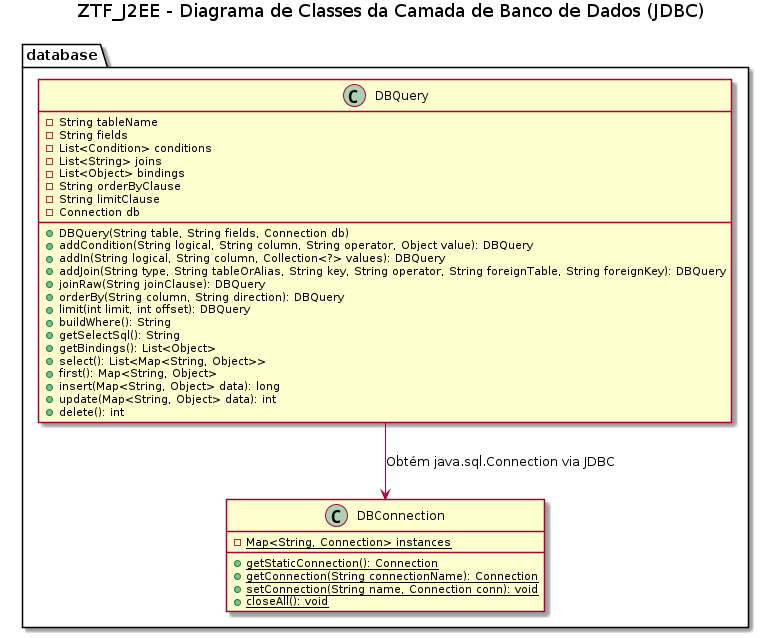
roobertoAlves/hospital-case-backend keeps this PlantUML diagram as src/main/webapp/assets/images/diagrams/DBQuery.png. Above is the earlier version. Its source is kept beside it as src/main/webapp/WEB-INF/documentation/DBQuery.puml. Its diagram source:
```plantuml
@startuml DBQuery
title ZTF_J2EE - Diagrama de Classes da Camada de Banco de Dados (JDBC)

package "database" {
    class DBConnection {
        - {static} Map<String, Connection> instances
        + {static} getStaticConnection(): Connection
        + {static} getConnection(String connectionName): Connection
        + {static} setConnection(String name, Connection conn): void
        + {static} closeAll(): void
    }

    class DBQuery {
        - String tableName
        - String fields
        - List<Condition> conditions
        - List<String> joins
        - List<Object> bindings
        - String orderByClause
        - String limitClause
        - Connection db
        + DBQuery(String table, String fields, Connection db)
        + addCondition(String logical, String column, String operator, Object value): DBQuery
        + addIn(String logical, String column, Collection<?> values): DBQuery
        + addJoin(String type, String tableOrAlias, String key, String operator, String foreignTable, String foreignKey): DBQuery
        + joinRaw(String joinClause): DBQuery
        + orderBy(String column, String direction): DBQuery
        + limit(int limit, int offset): DBQuery
        + buildWhere(): String
        + getSelectSql(): String
        + getBindings(): List<Object>
        + select(): List<Map<String, Object>>
        + first(): Map<String, Object>
        + insert(Map<String, Object> data): long
        + update(Map<String, Object> data): int
        + delete(): int
    }
}

DBQuery --> DBConnection : Obtém java.sql.Connection via JDBC
@enduml
```
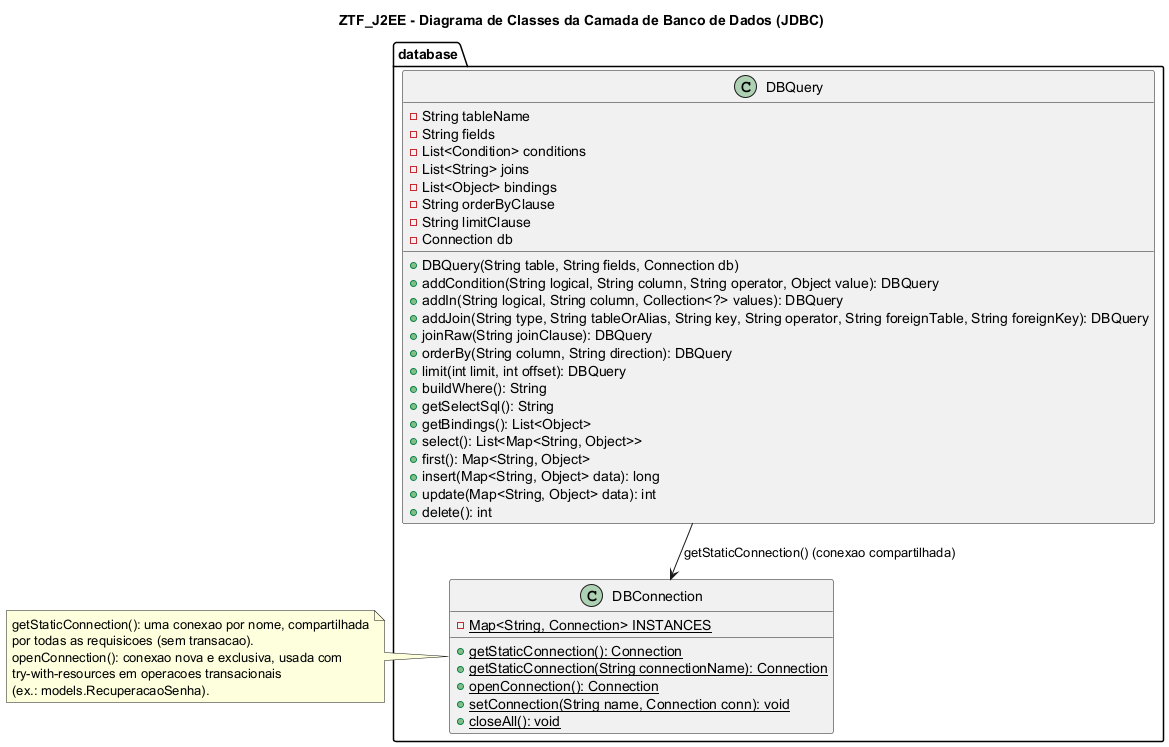
Above is the later version.

What changed in the source:
```diff
@@ -3,9 +3,10 @@
 
 package "database" {
     class DBConnection {
-        - {static} Map<String, Connection> instances
+        - {static} Map<String, Connection> INSTANCES
         + {static} getStaticConnection(): Connection
-        + {static} getConnection(String connectionName): Connection
+        + {static} getStaticConnection(String connectionName): Connection
+        + {static} openConnection(): Connection
         + {static} setConnection(String name, Connection conn): void
         + {static} closeAll(): void
     }
@@ -37,5 +38,13 @@
     }
 }
 
-DBQuery --> DBConnection : Obtém java.sql.Connection via JDBC
+DBQuery --> DBConnection : getStaticConnection() (conexao compartilhada)
+
+note right of DBConnection
+  getStaticConnection(): uma conexao por nome, compartilhada
+  por todas as requisicoes (sem transacao).
+  openConnection(): conexao nova e exclusiva, usada com
+  try-with-resources em operacoes transacionais
+  (ex.: models.RecuperacaoSenha).
+end note
 @enduml
```
